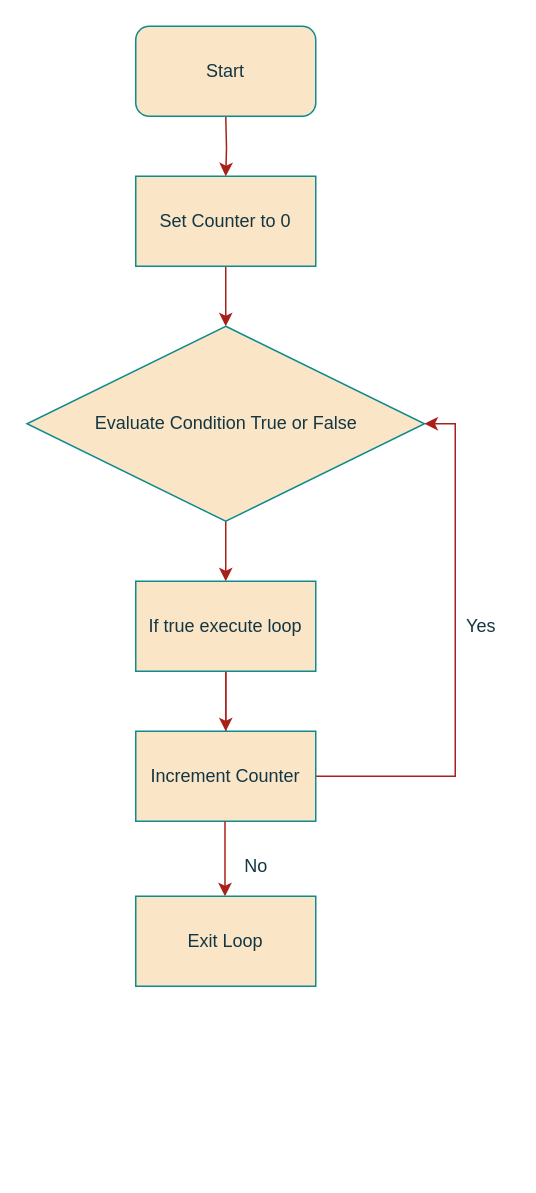
Earlier version of the draw.io diagram CSC205Mod4Discussion.drawio (AjBurds/CT1Flowchart). Source tidied: cells renumbered, new cells numbered last; positions are measured from the earlier drawing's top-left corner, leaving out a move shared by most shapes. Both pictures are drawn from the tidied source at 150%, with x=0, y=0 at pixel (27, 26).
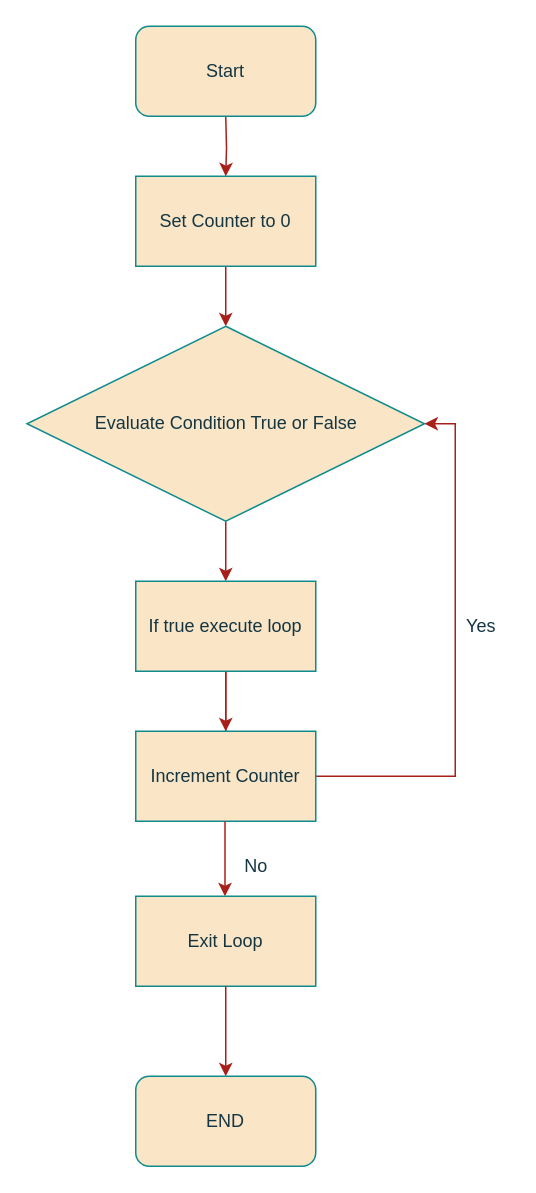
The same page after the edit.

Unchanged cells that the change refers to:
```xml
<mxCell id="15" value="Exit Loop" style="rounded=0;whiteSpace=wrap;html=1;labelBackgroundColor=none;fillColor=#FAE5C7;strokeColor=#0F8B8D;fontColor=#143642;" parent="1" vertex="1">
  <mxGeometry x="72" y="580" width="120" height="60" as="geometry" />
</mxCell>
```

Change to the diagram source:
```diff
@@
+    <mxCell id="16" style="endArrow=classic;html=1;rounded=0;strokeColor=#A8201A;fontColor=#143642;fillColor=#FAE5C7;exitX=0.5;exitY=1;exitDx=0;exitDy=0;" parent="1" edge="1" source="15">
+      <mxGeometry relative="1" as="geometry">
+        <mxPoint x="132" y="700" as="targetPoint" />
+      </mxGeometry>
+    </mxCell>
+    <mxCell id="17" value="END" style="rounded=1;whiteSpace=wrap;html=1;strokeColor=#0F8B8D;fontColor=#143642;fillColor=#FAE5C7;" parent="1" vertex="1">
+      <mxGeometry x="72" y="700" width="120" height="60" as="geometry" />
+    </mxCell>
```
